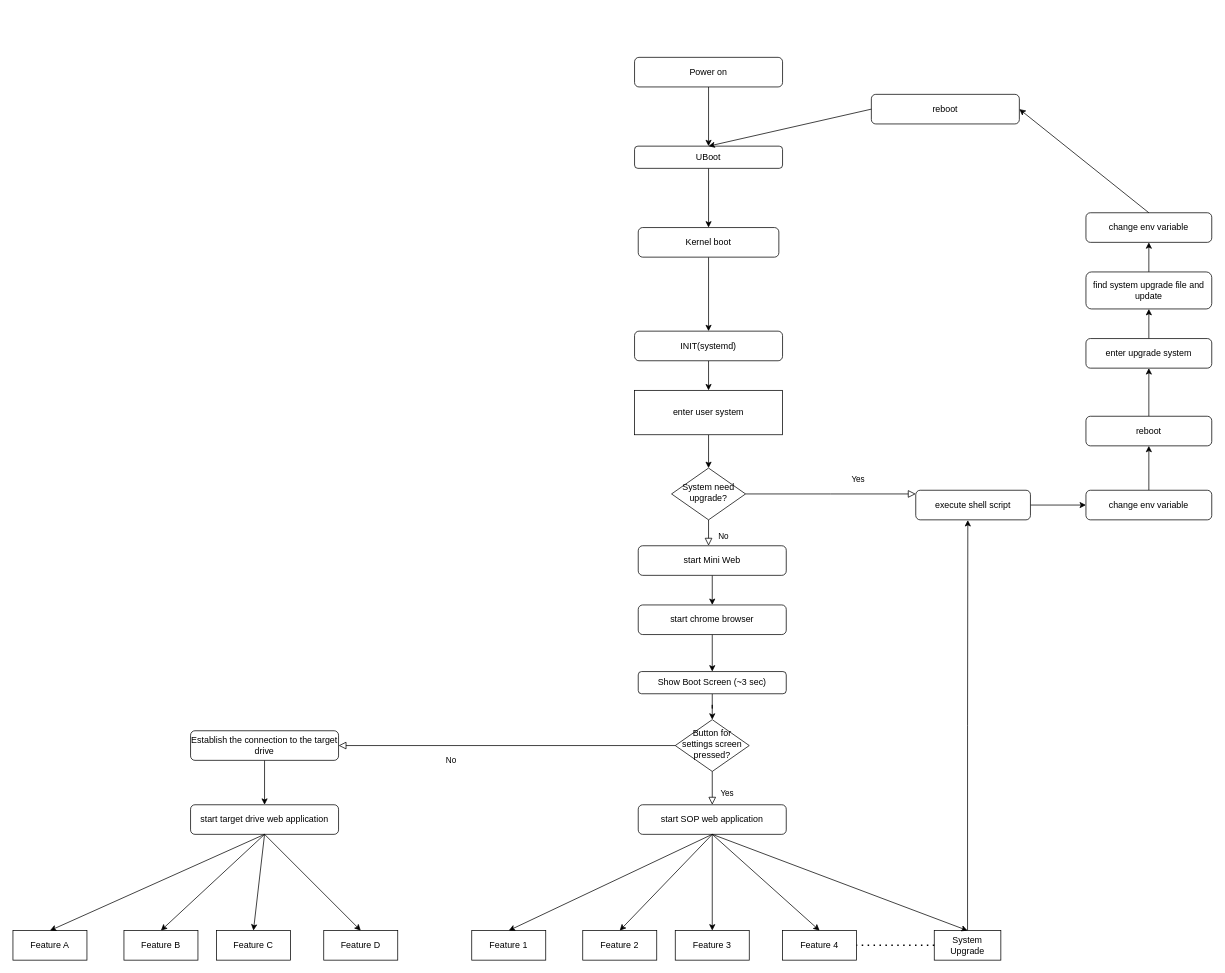
Above: Untitled Diagram.drawio in UMkevin/LearnGitCode (draw.io), before the change. Source tidied: cells renumbered, new cells numbered last; positions are measured from the earlier drawing's top-left corner, leaving out a move shared by most shapes. Both pictures are drawn from the tidied source at 74%, with x=0, y=0 at pixel (13, 57).
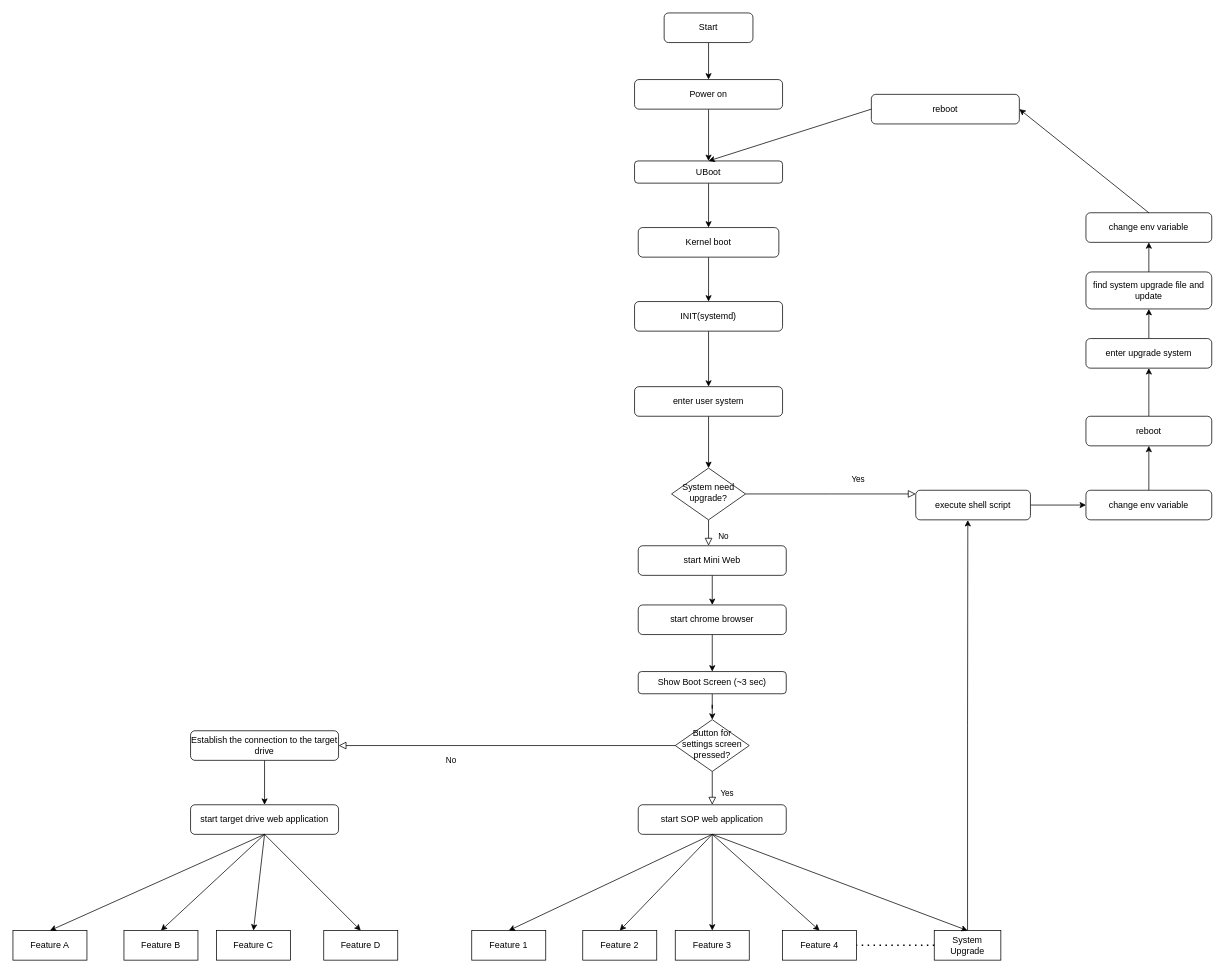
After the change.

What changed in the source:
```diff
@@
     <mxCell id="3" value="Power on" style="rounded=1;whiteSpace=wrap;html=1;" parent="1" vertex="1">
-      <mxGeometry x="840" width="200" height="40" as="geometry" />
+      <mxGeometry x="840" y="30" width="200" height="40" as="geometry" />
     </mxCell>
@@
     <mxCell id="5" value="UBoot" style="rounded=1;whiteSpace=wrap;html=1;" parent="1" vertex="1">
-      <mxGeometry x="840" y="120" width="200" height="30" as="geometry" />
+      <mxGeometry x="840" y="140" width="200" height="30" as="geometry" />
     </mxCell>
@@
     <mxCell id="9" value="INIT(systemd)" style="rounded=1;whiteSpace=wrap;html=1;" parent="1" vertex="1">
-      <mxGeometry x="840" y="370" width="200" height="40" as="geometry" />
+      <mxGeometry x="840" y="330" width="200" height="40" as="geometry" />
     </mxCell>
@@
-    <mxCell id="26" value="enter user system" style="rounded=0;whiteSpace=wrap;html=1;" parent="1" vertex="1">
-      <mxGeometry x="840" y="450" width="200" height="60" as="geometry" />
-    </mxCell>
@@
+    <mxCell id="26" value="enter user system" style="rounded=1;whiteSpace=wrap;html=1;" parent="1" vertex="1">
+      <mxGeometry x="840" y="445" width="200" height="40" as="geometry" />
+    </mxCell>
+    <mxCell id="62" style="edgeStyle=orthogonalEdgeStyle;rounded=0;jettySize=auto;html=1;exitX=0.5;exitY=1;exitDx=0;exitDy=0;entryX=0.5;entryY=0;entryDx=0;entryDy=0;" parent="1" edge="1" source="63" target="3">
+      <mxGeometry relative="1" as="geometry" />
+    </mxCell>
+    <mxCell id="63" value="Start" style="rounded=1;whiteSpace=wrap;html=1;" parent="1" vertex="1">
+      <mxGeometry x="880" y="-60" width="120" height="40" as="geometry" />
+    </mxCell>
```
